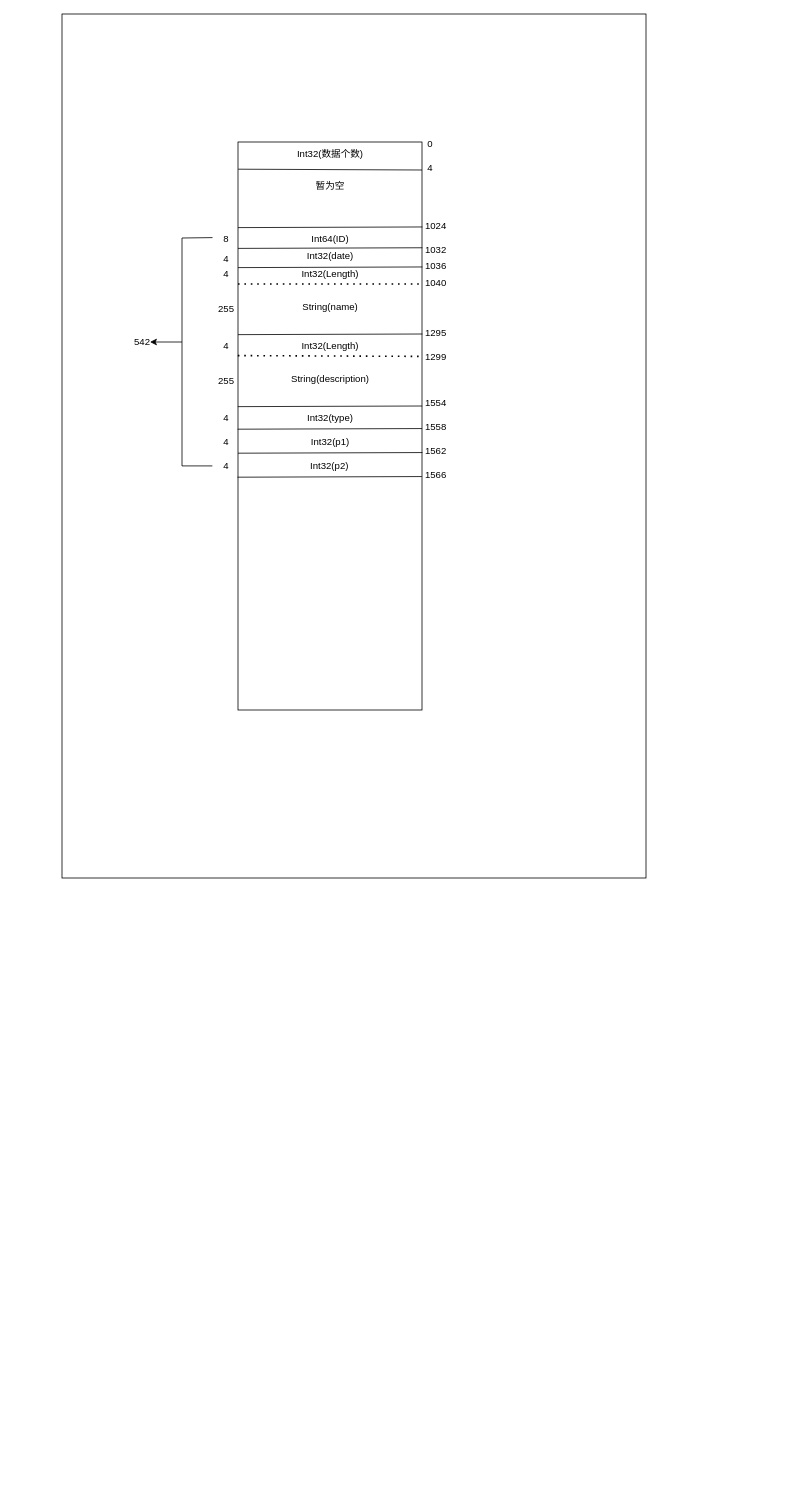
Eacie/draw keeps this draw.io diagram as 未命名绘图.drawio. Above is the earlier version. Source tidied: cells renumbered, new cells numbered last; positions are measured from the earlier drawing's top-left corner, leaving out a move shared by most shapes. Both pictures are drawn from the tidied source at 80%, with x=0, y=0 at pixel (62, 14).
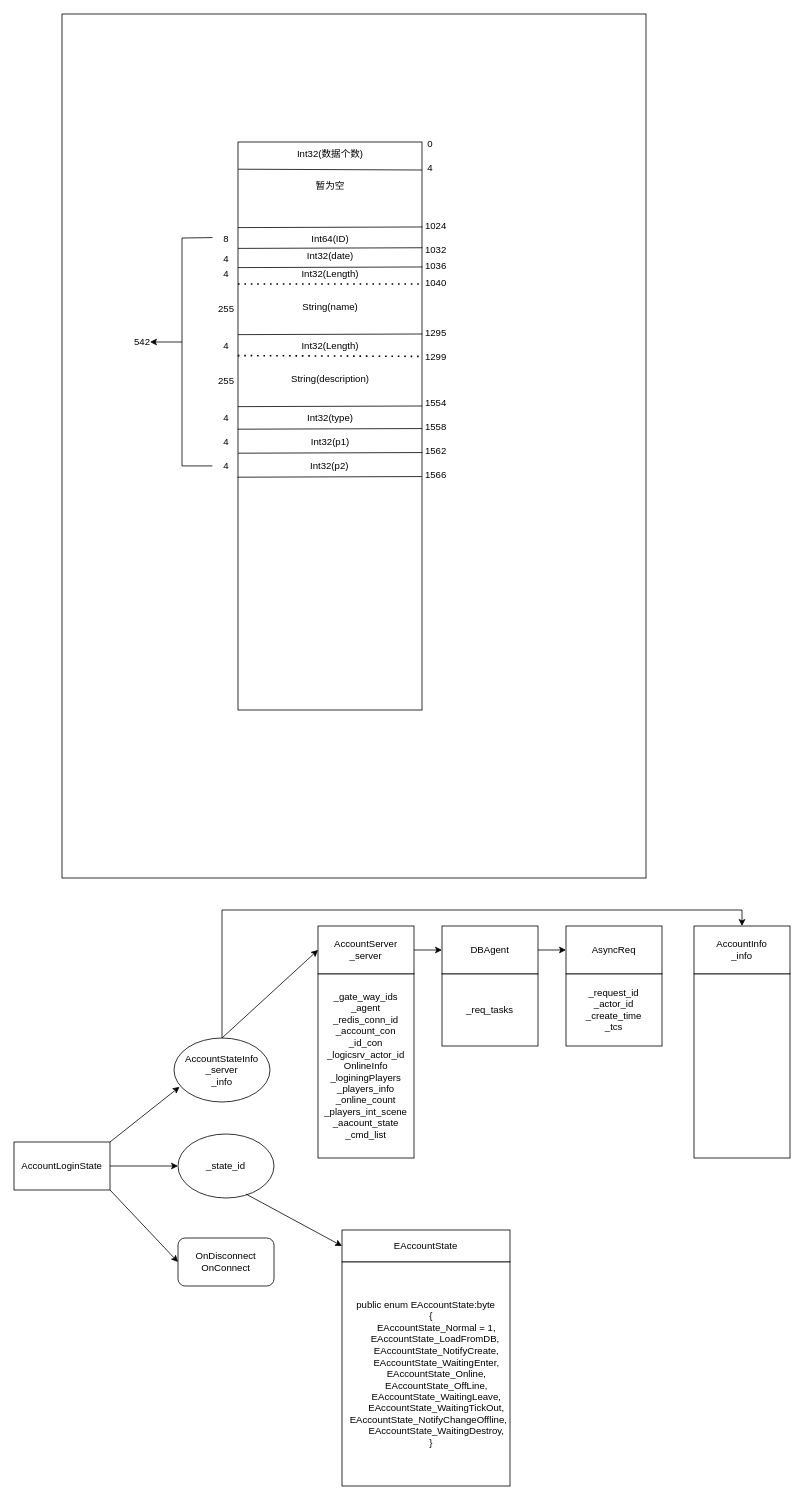
The same page after the edit.

Commit message:
更新未命名绘图.drawio

Change to the diagram source:
```diff
@@
+    <mxCell id="52" value="AccountLoginState" style="rounded=0;whiteSpace=wrap;html=1;" parent="1" vertex="1">
+      <mxGeometry x="-60" y="1410" width="120" height="60" as="geometry" />
+    </mxCell>
+    <mxCell id="53" value="AccountStateInfo&lt;br&gt;_server&lt;br&gt;_info" style="ellipse;whiteSpace=wrap;html=1;" parent="1" vertex="1">
+      <mxGeometry x="140" y="1280" width="120" height="80" as="geometry" />
+    </mxCell>
+    <mxCell id="54" style="endArrow=classic;html=1;rounded=0;entryX=0.058;entryY=0.763;entryDx=0;entryDy=0;entryPerimeter=0;" parent="1" edge="1" target="53">
+      <mxGeometry relative="1" as="geometry">
+        <mxPoint x="60" y="1410" as="sourcePoint" />
+      </mxGeometry>
+    </mxCell>
+    <mxCell id="55" style="endArrow=classic;html=1;rounded=0;exitX=1;exitY=0.5;exitDx=0;exitDy=0;entryX=0;entryY=0.5;entryDx=0;entryDy=0;" parent="1" edge="1" source="52" target="56">
+      <mxGeometry relative="1" as="geometry" />
+    </mxCell>
+    <mxCell id="56" value="_state_id" style="ellipse;whiteSpace=wrap;html=1;" parent="1" vertex="1">
+      <mxGeometry x="145" y="1400" width="120" height="80" as="geometry" />
+    </mxCell>
+    <mxCell id="57" style="endArrow=classic;html=1;rounded=0;exitX=1;exitY=1;exitDx=0;exitDy=0;entryX=0;entryY=0.5;entryDx=0;entryDy=0;" parent="1" edge="1" source="52">
+      <mxGeometry relative="1" as="geometry">
+        <mxPoint x="145" y="1560" as="targetPoint" />
+      </mxGeometry>
+    </mxCell>
+    <mxCell id="58" value="EAccountState" style="rounded=0;whiteSpace=wrap;html=1;" parent="1" vertex="1">
+      <mxGeometry x="350" y="1520" width="210" height="40" as="geometry" />
+    </mxCell>
+    <mxCell id="59" value="&lt;div&gt;public enum EAccountState:byte&lt;/div&gt;&lt;div&gt;&amp;nbsp; &amp;nbsp; {&lt;/div&gt;&lt;div&gt;&amp;nbsp; &amp;nbsp; &amp;nbsp; &amp;nbsp; EAccountState_Normal = 1,&lt;/div&gt;&lt;div&gt;&amp;nbsp; &amp;nbsp; &amp;nbsp; &amp;nbsp; EAccountState_LoadFromDB,&amp;nbsp;&lt;/div&gt;&lt;div&gt;&amp;nbsp; &amp;nbsp; &amp;nbsp; &amp;nbsp; EAccountState_NotifyCreate,&lt;/div&gt;&lt;div&gt;&amp;nbsp; &amp;nbsp; &amp;nbsp; &amp;nbsp; EAccountState_WaitingEnter,&lt;/div&gt;&lt;div&gt;&amp;nbsp; &amp;nbsp; &amp;nbsp; &amp;nbsp; EAccountState_Online,&lt;/div&gt;&lt;div&gt;&amp;nbsp; &amp;nbsp; &amp;nbsp; &amp;nbsp; EAccountState_OffLine,&lt;/div&gt;&lt;div&gt;&amp;nbsp; &amp;nbsp; &amp;nbsp; &amp;nbsp; EAccountState_WaitingLeave,&lt;/div&gt;&lt;div&gt;&amp;nbsp; &amp;nbsp; &amp;nbsp; &amp;nbsp; EAccountState_WaitingTickOut,&lt;/div&gt;&lt;div&gt;&amp;nbsp; EAccountState_NotifyChangeOffline,&lt;/div&gt;&lt;div&gt;&amp;nbsp; &amp;nbsp; &amp;nbsp; &amp;nbsp; EAccountState_WaitingDestroy,&lt;/div&gt;&lt;div&gt;&amp;nbsp; &amp;nbsp; }&lt;/div&gt;" style="rounded=0;whiteSpace=wrap;html=1;" parent="1" vertex="1">
+      <mxGeometry x="350" y="1560" width="210" height="280" as="geometry" />
+    </mxCell>
+    <mxCell id="60" style="endArrow=classic;html=1;rounded=0;exitX=0.708;exitY=0.938;exitDx=0;exitDy=0;entryX=0;entryY=0.5;entryDx=0;entryDy=0;exitPerimeter=0;" parent="1" edge="1" source="56" target="58">
+      <mxGeometry relative="1" as="geometry" />
+    </mxCell>
+    <mxCell id="61" value="OnDisconnect&lt;br&gt;OnConnect" style="rounded=1;whiteSpace=wrap;html=1;" parent="1" vertex="1">
+      <mxGeometry x="145" y="1530" width="120" height="60" as="geometry" />
+    </mxCell>
+    <mxCell id="62" value="AccountServer&lt;br&gt;_server" style="rounded=0;whiteSpace=wrap;html=1;" parent="1" vertex="1">
+      <mxGeometry x="320" y="1140" width="120" height="60" as="geometry" />
+    </mxCell>
+    <mxCell id="63" style="endArrow=classic;html=1;rounded=0;entryX=0;entryY=0.5;entryDx=0;entryDy=0;exitX=0.5;exitY=0;exitDx=0;exitDy=0;" parent="1" edge="1" source="53" target="62">
+      <mxGeometry relative="1" as="geometry" />
+    </mxCell>
+    <mxCell id="64" value="AccountInfo&lt;br&gt;_info" style="rounded=0;whiteSpace=wrap;html=1;" parent="1" vertex="1">
+      <mxGeometry x="790" y="1140" width="120" height="60" as="geometry" />
+    </mxCell>
+    <mxCell id="65" value="_gate_way_ids&lt;br&gt;_agent&lt;br&gt;_redis_conn_id&lt;br&gt;_account_con&lt;br&gt;_id_con&lt;br&gt;_logicsrv_actor_id&lt;br&gt;OnlineInfo&lt;br&gt;_loginingPlayers&lt;br&gt;_players_info&lt;br&gt;_online_count&lt;br&gt;_players_int_scene&lt;br&gt;_aacount_state&lt;br&gt;_cmd_list" style="rounded=0;whiteSpace=wrap;html=1;" parent="1" vertex="1">
+      <mxGeometry x="320" y="1200" width="120" height="230" as="geometry" />
+    </mxCell>
+    <mxCell id="66" style="endArrow=none;html=1;rounded=0;exitX=0.5;exitY=0;exitDx=0;exitDy=0;" parent="1" edge="1" source="53">
+      <mxGeometry relative="1" as="geometry">
+        <mxPoint x="200" y="1120" as="targetPoint" />
+      </mxGeometry>
+    </mxCell>
+    <mxCell id="67" style="endArrow=none;html=1;rounded=0;" parent="1" edge="1">
+      <mxGeometry relative="1" as="geometry">
+        <mxPoint x="200" y="1120" as="sourcePoint" />
+        <mxPoint x="850" y="1120" as="targetPoint" />
+      </mxGeometry>
+    </mxCell>
+    <mxCell id="68" style="endArrow=classic;html=1;rounded=0;" parent="1" edge="1" target="64">
+      <mxGeometry relative="1" as="geometry">
+        <mxPoint x="850" y="1120" as="sourcePoint" />
+      </mxGeometry>
+    </mxCell>
+    <mxCell id="69" style="rounded=0;whiteSpace=wrap;html=1;" parent="1" vertex="1">
+      <mxGeometry x="790" y="1200" width="120" height="230" as="geometry" />
+    </mxCell>
+    <mxCell id="70" value="DBAgent" style="rounded=0;whiteSpace=wrap;html=1;" parent="1" vertex="1">
+      <mxGeometry x="475" y="1140" width="120" height="60" as="geometry" />
+    </mxCell>
+    <mxCell id="71" value="_req_tasks" style="rounded=0;whiteSpace=wrap;html=1;" parent="1" vertex="1">
+      <mxGeometry x="475" y="1200" width="120" height="90" as="geometry" />
+    </mxCell>
+    <mxCell id="72" style="endArrow=classic;html=1;rounded=0;entryX=0;entryY=0.5;entryDx=0;entryDy=0;" parent="1" edge="1" target="70">
+      <mxGeometry relative="1" as="geometry">
+        <mxPoint x="440" y="1170" as="sourcePoint" />
+      </mxGeometry>
+    </mxCell>
+    <mxCell id="73" value="AsyncReq" style="rounded=0;whiteSpace=wrap;html=1;" parent="1" vertex="1">
+      <mxGeometry x="630" y="1140" width="120" height="60" as="geometry" />
+    </mxCell>
+    <mxCell id="74" value="_request_id&lt;br style=&quot;border-color: var(--border-color);&quot;&gt;_actor_id&lt;br style=&quot;border-color: var(--border-color);&quot;&gt;_create_time&lt;br style=&quot;border-color: var(--border-color);&quot;&gt;_tcs" style="rounded=0;whiteSpace=wrap;html=1;" parent="1" vertex="1">
+      <mxGeometry x="630" y="1200" width="120" height="90" as="geometry" />
+    </mxCell>
+    <mxCell id="75" style="endArrow=classic;html=1;rounded=0;entryX=0;entryY=0.5;entryDx=0;entryDy=0;" parent="1" edge="1" target="73">
+      <mxGeometry relative="1" as="geometry">
+        <mxPoint x="595" y="1170" as="sourcePoint" />
+      </mxGeometry>
+    </mxCell>
```
